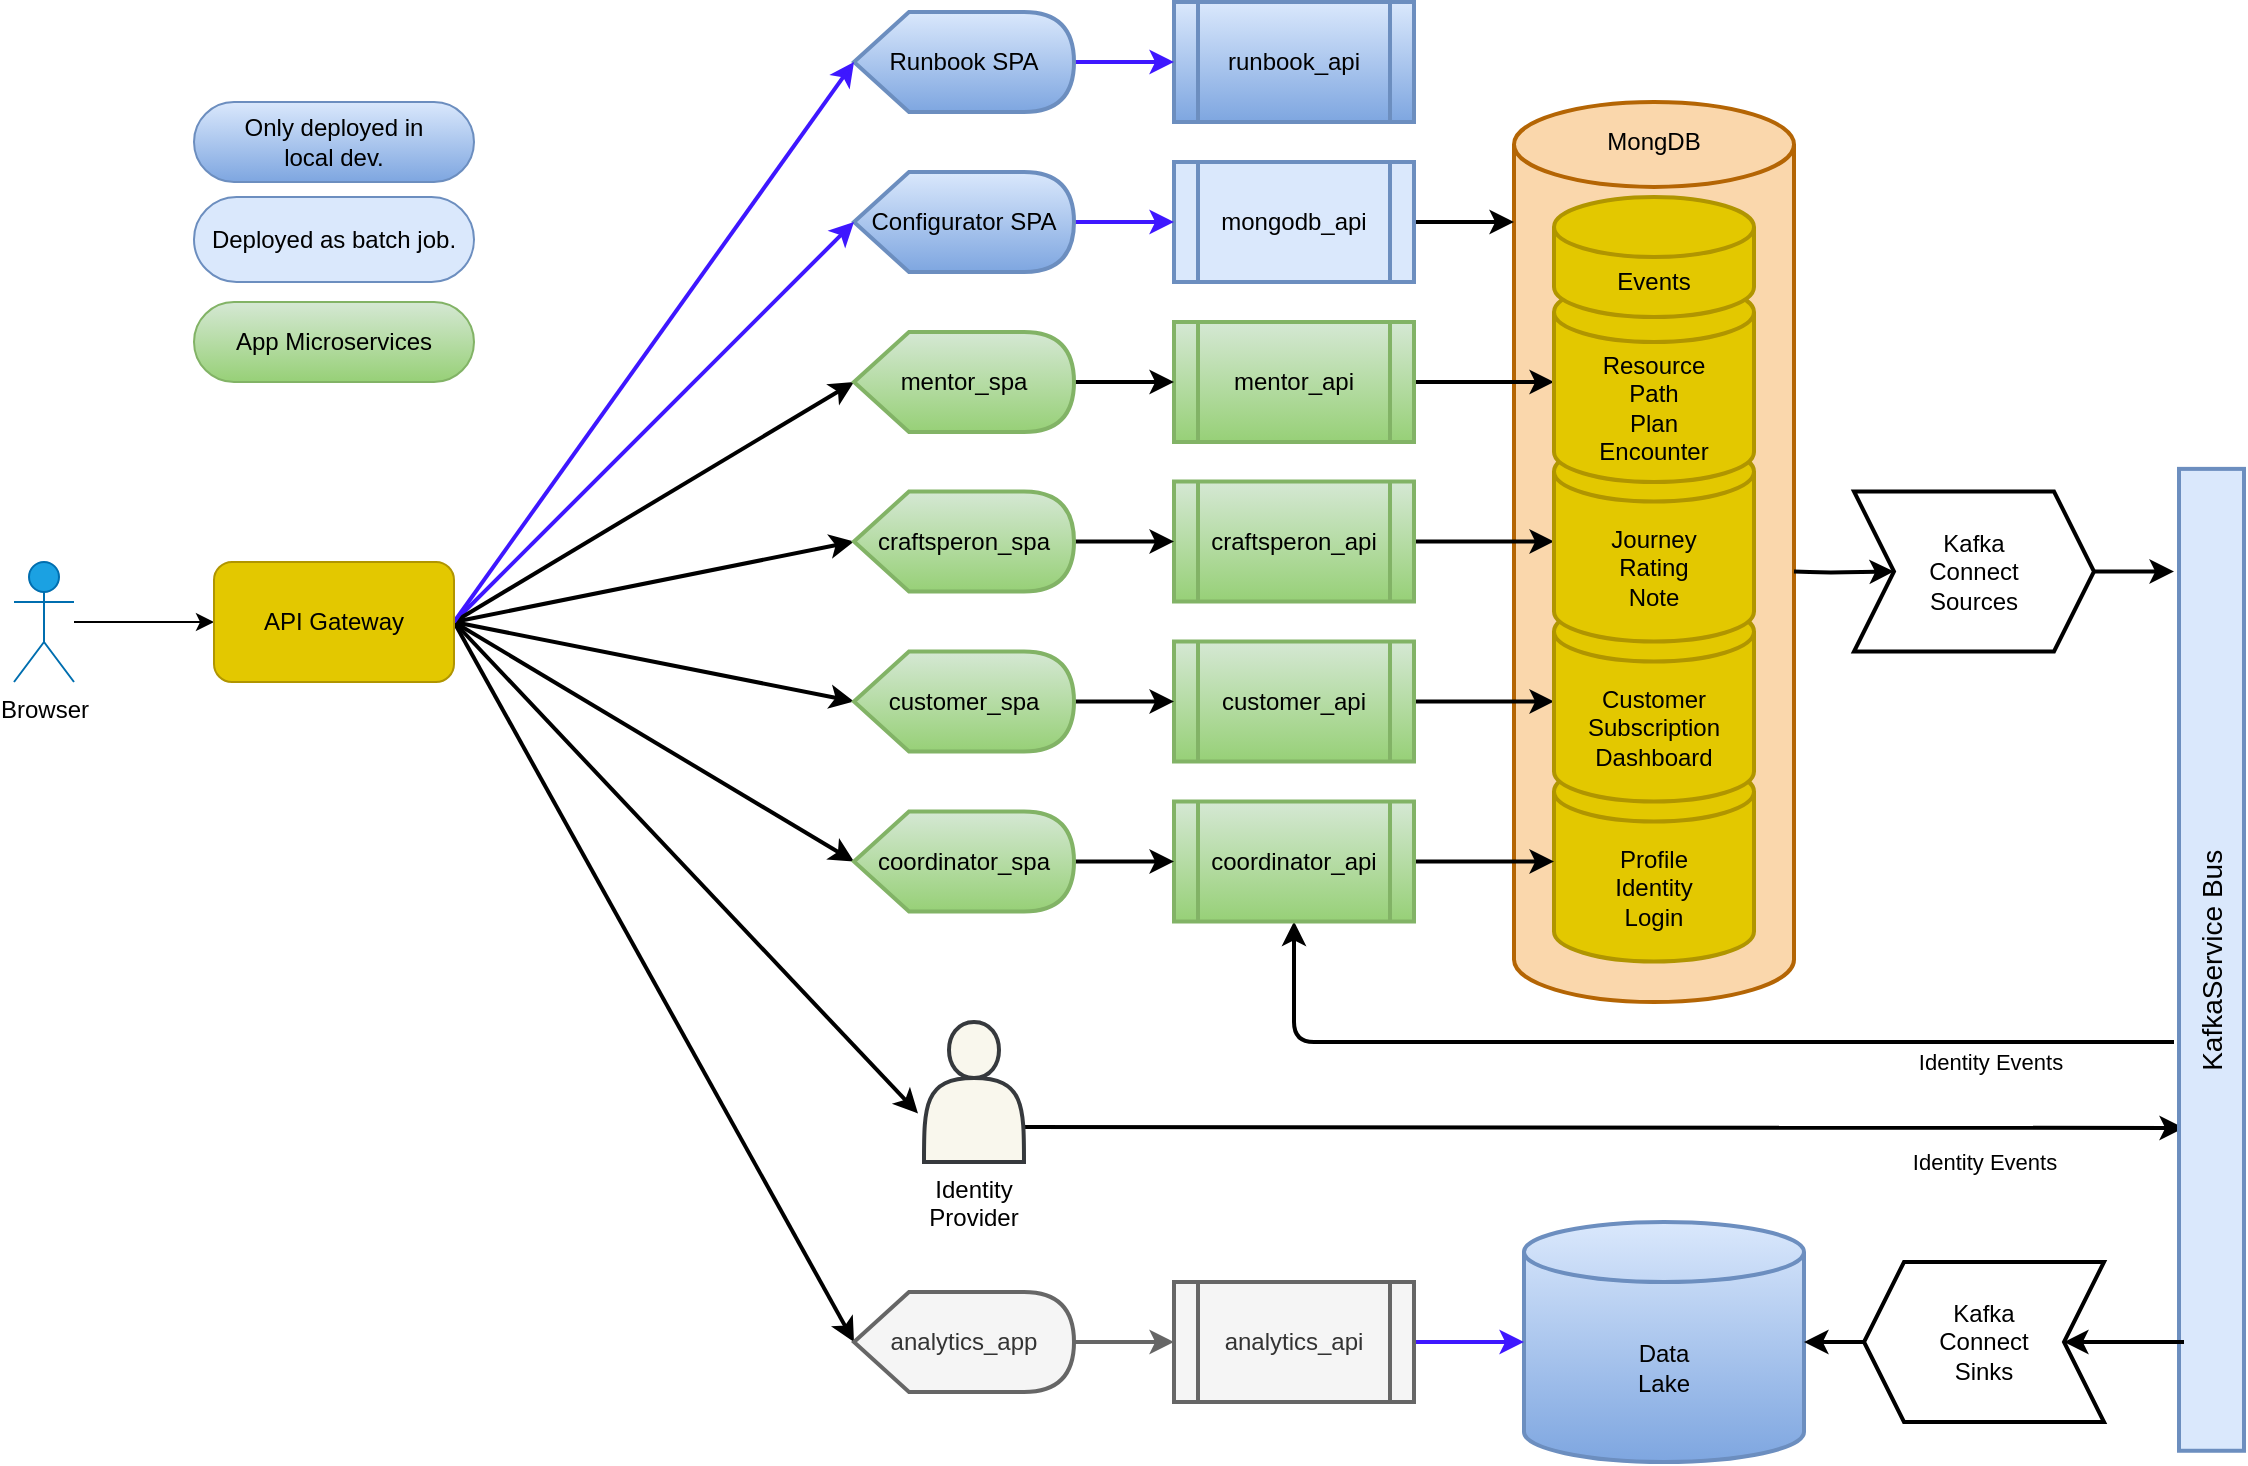
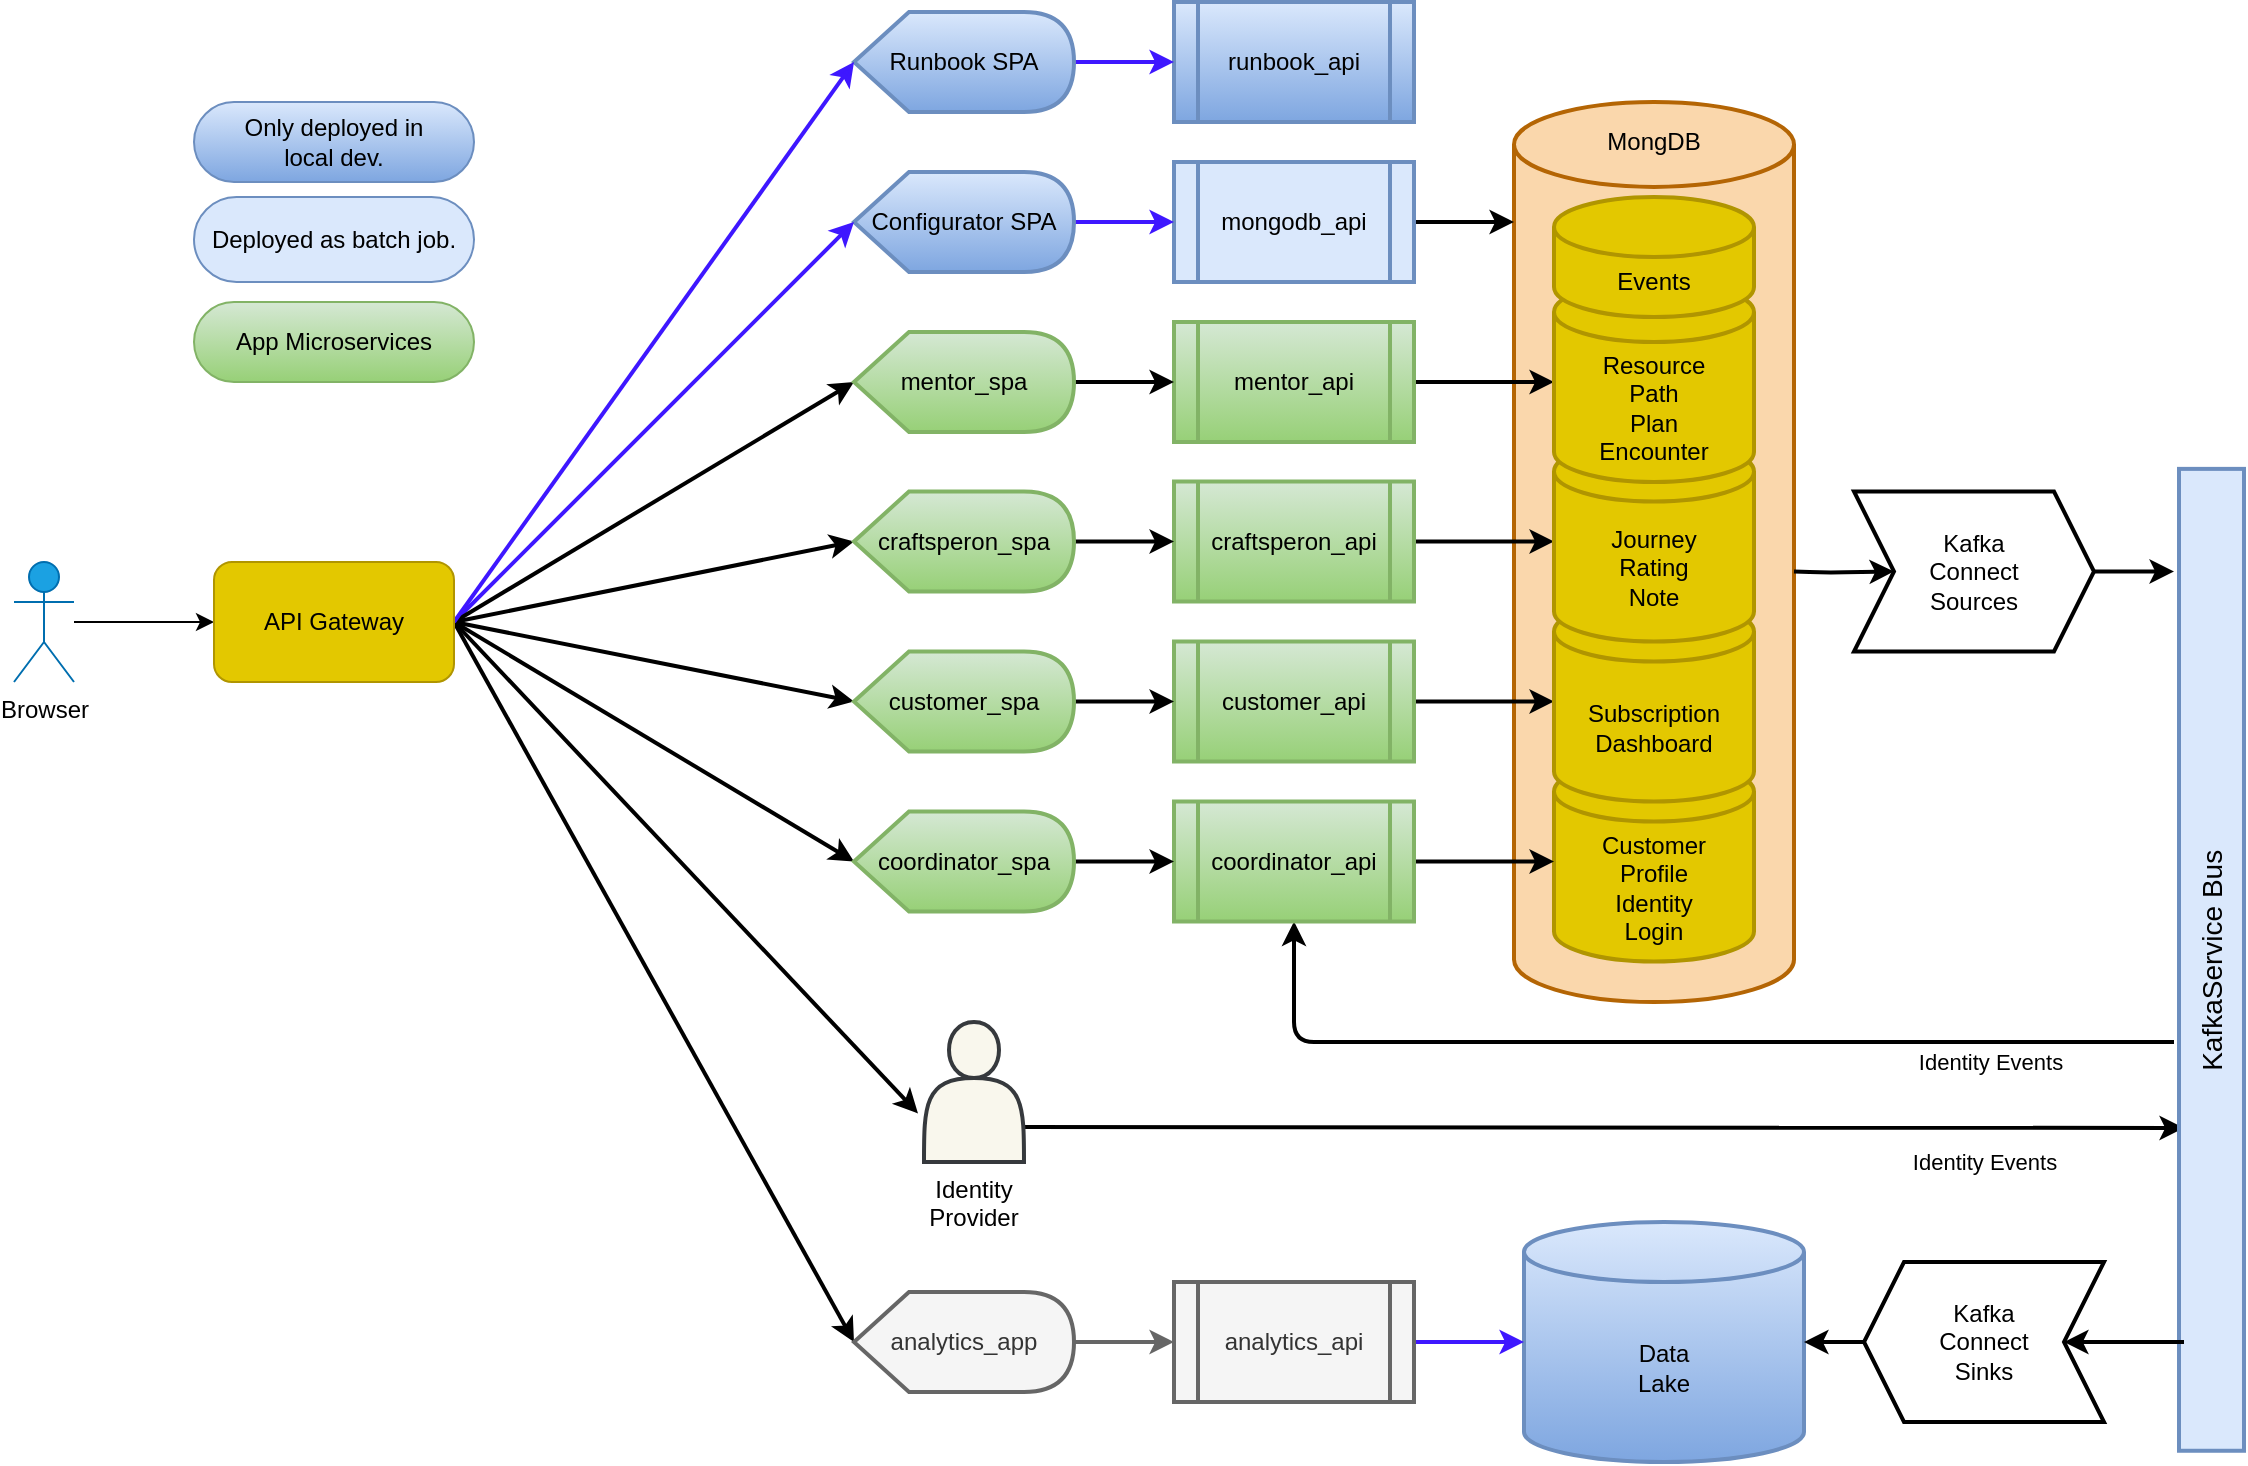
<mxfile host="65bd71144e">
    <diagram id="Im9zfJVUR9Wd93SpzTTU" name="Page-1">
-         <mxGraphModel dx="2975" dy="1036" grid="1" gridSize="10" guides="1" tooltips="1" connect="1" arrows="1" fold="1" page="1" pageScale="1" pageWidth="850" pageHeight="1100" background="#ffffff" math="0" shadow="0">
+         <mxGraphModel dx="1883" dy="570" grid="1" gridSize="10" guides="1" tooltips="1" connect="1" arrows="1" fold="1" page="1" pageScale="1" pageWidth="850" pageHeight="1100" background="#ffffff" math="0" shadow="0">
            <root>
                <mxCell id="0"/>
                <mxCell id="1" parent="0"/>
                <mxCell id="2" value="" style="shape=cylinder3;whiteSpace=wrap;html=1;boundedLbl=1;backgroundOutline=1;size=21.220619201660156;strokeColor=#b46504;strokeWidth=2;fillColor=#fad7ac;" parent="1" vertex="1">
                    <mxGeometry x="-30" y="90" width="140" height="450" as="geometry"/>
                </mxCell>
-                 <mxCell id="40" value="Profile&lt;br&gt;Identity&lt;br&gt;Login" style="shape=cylinder3;whiteSpace=wrap;html=1;boundedLbl=1;backgroundOutline=1;size=15;strokeColor=#B09500;strokeWidth=2;fillColor=#e3c800;fontColor=#000000;" parent="1" vertex="1">
+                 <mxCell id="40" value="Customer &lt;br&gt;Profile&lt;br&gt;Identity&lt;br&gt;Login" style="shape=cylinder3;whiteSpace=wrap;html=1;boundedLbl=1;backgroundOutline=1;size=15;strokeColor=#B09500;strokeWidth=2;fillColor=#e3c800;fontColor=#000000;" parent="1" vertex="1">
                    <mxGeometry x="-10" y="419.75" width="100" height="100" as="geometry"/>
                </mxCell>
                <mxCell id="24" style="edgeStyle=none;html=1;exitX=1;exitY=0.5;exitDx=0;exitDy=0;strokeColor=#000000;strokeWidth=2;" parent="1" source="3" edge="1">
                    <mxGeometry relative="1" as="geometry">
                        <mxPoint x="-30" y="150" as="targetPoint"/>
                    </mxGeometry>
                </mxCell>
                <mxCell id="3" value="mongodb_api" style="shape=process;whiteSpace=wrap;html=1;backgroundOutline=1;strokeColor=#6c8ebf;strokeWidth=2;fillColor=#dae8fc;fontColor=#000000;" parent="1" vertex="1">
                    <mxGeometry x="-200" y="120" width="120" height="60" as="geometry"/>
                </mxCell>
                <mxCell id="23" style="edgeStyle=none;html=1;exitX=1;exitY=0.5;exitDx=0;exitDy=0;exitPerimeter=0;entryX=0;entryY=0.5;entryDx=0;entryDy=0;strokeWidth=2;strokeColor=#3E17FF;fillColor=#f5f5f5;" parent="1" source="5" target="3" edge="1">
                    <mxGeometry relative="1" as="geometry"/>
                </mxCell>
                <mxCell id="5" value="Configurator SPA" style="shape=display;whiteSpace=wrap;html=1;strokeWidth=2;strokeColor=#6c8ebf;fillColor=#dae8fc;gradientColor=#7ea6e0;fontColor=#000000;" parent="1" vertex="1">
                    <mxGeometry x="-360" y="125" width="110" height="50" as="geometry"/>
                </mxCell>
                <mxCell id="22" style="edgeStyle=none;html=1;exitX=1;exitY=0.5;exitDx=0;exitDy=0;entryX=0;entryY=0.5;entryDx=0;entryDy=0;entryPerimeter=0;strokeWidth=2;strokeColor=#3E17FF;" parent="1" source="71" target="5" edge="1">
                    <mxGeometry relative="1" as="geometry">
                        <mxPoint x="-610" y="430" as="sourcePoint"/>
                    </mxGeometry>
                </mxCell>
                <mxCell id="26" style="edgeStyle=none;html=1;entryX=0;entryY=0.5;entryDx=0;entryDy=0;entryPerimeter=0;strokeColor=#000000;strokeWidth=2;exitX=1;exitY=0.5;exitDx=0;exitDy=0;" parent="1" source="71" target="13" edge="1">
                    <mxGeometry relative="1" as="geometry">
                        <mxPoint x="-590" y="430" as="sourcePoint"/>
                    </mxGeometry>
                </mxCell>
                <mxCell id="27" style="edgeStyle=none;html=1;exitX=1;exitY=0.5;exitDx=0;exitDy=0;entryX=0;entryY=0.5;entryDx=0;entryDy=0;entryPerimeter=0;strokeColor=#000000;strokeWidth=2;" parent="1" source="71" target="15" edge="1">
                    <mxGeometry relative="1" as="geometry">
                        <mxPoint x="-610" y="430" as="sourcePoint"/>
                    </mxGeometry>
                </mxCell>
                <mxCell id="28" style="edgeStyle=none;html=1;entryX=0;entryY=0.5;entryDx=0;entryDy=0;entryPerimeter=0;strokeColor=#000000;strokeWidth=2;exitX=1;exitY=0.5;exitDx=0;exitDy=0;" parent="1" source="71" target="17" edge="1">
                    <mxGeometry relative="1" as="geometry">
                        <mxPoint x="-610" y="430" as="sourcePoint"/>
                    </mxGeometry>
                </mxCell>
                <mxCell id="48" style="edgeStyle=none;html=1;exitX=1;exitY=0.5;exitDx=0;exitDy=0;entryX=0;entryY=0.5;entryDx=0;entryDy=0;entryPerimeter=0;strokeColor=#000000;strokeWidth=2;" parent="1" source="71" target="38" edge="1">
                    <mxGeometry relative="1" as="geometry">
                        <mxPoint x="-610" y="430" as="sourcePoint"/>
                    </mxGeometry>
                </mxCell>
                <mxCell id="49" style="edgeStyle=none;html=1;exitX=1;exitY=0.5;exitDx=0;exitDy=0;entryX=-0.06;entryY=0.653;entryDx=0;entryDy=0;entryPerimeter=0;strokeColor=#000000;strokeWidth=2;" parent="1" source="71" target="7" edge="1">
                    <mxGeometry relative="1" as="geometry">
                        <mxPoint x="-610" y="430" as="sourcePoint"/>
                    </mxGeometry>
                </mxCell>
                <mxCell id="60" style="edgeStyle=none;html=1;exitX=1;exitY=0.5;exitDx=0;exitDy=0;entryX=0;entryY=0.5;entryDx=0;entryDy=0;entryPerimeter=0;labelBackgroundColor=none;strokeWidth=2;fontSize=14;fontColor=#000000;strokeColor=#000000;" parent="1" source="71" target="58" edge="1">
                    <mxGeometry relative="1" as="geometry">
                        <mxPoint x="-610" y="430" as="sourcePoint"/>
                    </mxGeometry>
                </mxCell>
                <mxCell id="47" value="Identity Events" style="html=1;exitX=1;exitY=0.75;exitDx=0;exitDy=0;strokeColor=#000000;strokeWidth=2;labelBackgroundColor=none;fontColor=#000000;" parent="1" source="7" edge="1">
                    <mxGeometry x="0.6552" y="-17" relative="1" as="geometry">
                        <mxPoint x="305" y="603" as="targetPoint"/>
                        <mxPoint as="offset"/>
                    </mxGeometry>
                </mxCell>
                <mxCell id="7" value="Identity&lt;br&gt;Provider" style="shape=actor;whiteSpace=wrap;html=1;labelPosition=center;verticalLabelPosition=bottom;align=center;verticalAlign=top;strokeColor=#36393d;strokeWidth=2;fillColor=#f9f7ed;fontColor=#000000;" parent="1" vertex="1">
                    <mxGeometry x="-325" y="550" width="50" height="70" as="geometry"/>
                </mxCell>
                <mxCell id="8" value="KafkaService Bus" style="rounded=0;whiteSpace=wrap;html=1;rotation=-90;strokeColor=#6c8ebf;strokeWidth=2;fillColor=#dae8fc;fontColor=#000000;fontSize=14;" parent="1" vertex="1">
                    <mxGeometry x="73.28" y="502.65999999999997" width="490.94" height="32.5" as="geometry"/>
                </mxCell>
                <mxCell id="44" style="edgeStyle=orthogonalEdgeStyle;html=1;exitX=0;exitY=0.5;exitDx=0;exitDy=0;entryX=0;entryY=0.5;entryDx=0;entryDy=0;strokeColor=#000000;strokeWidth=2;" parent="1" target="9" edge="1">
                    <mxGeometry relative="1" as="geometry">
                        <mxPoint x="110" y="324.75" as="sourcePoint"/>
                    </mxGeometry>
                </mxCell>
                <mxCell id="45" style="html=1;exitX=1;exitY=0.5;exitDx=0;exitDy=0;strokeColor=#000000;strokeWidth=2;" parent="1" source="9" edge="1">
                    <mxGeometry relative="1" as="geometry">
                        <mxPoint x="300" y="324.75" as="targetPoint"/>
                    </mxGeometry>
                </mxCell>
                <mxCell id="9" value="Kafka&lt;br&gt;Connect&lt;br&gt;Sources" style="shape=step;perimeter=stepPerimeter;whiteSpace=wrap;html=1;fixedSize=1;strokeColor=#000000;strokeWidth=2;" parent="1" vertex="1">
                    <mxGeometry x="140" y="284.75" width="120" height="80" as="geometry"/>
                </mxCell>
                <mxCell id="25" style="edgeStyle=none;html=1;exitX=1;exitY=0.5;exitDx=0;exitDy=0;entryX=0;entryY=0.5;entryDx=0;entryDy=0;entryPerimeter=0;strokeColor=#000000;strokeWidth=2;" parent="1" source="12" target="18" edge="1">
                    <mxGeometry relative="1" as="geometry"/>
                </mxCell>
                <mxCell id="12" value="craftsperon_api" style="shape=process;whiteSpace=wrap;html=1;backgroundOutline=1;strokeColor=#82b366;strokeWidth=2;fillColor=#d5e8d4;gradientColor=#97d077;fontColor=#000000;" parent="1" vertex="1">
                    <mxGeometry x="-200" y="279.75" width="120" height="60" as="geometry"/>
                </mxCell>
                <mxCell id="29" style="edgeStyle=none;html=1;exitX=1;exitY=0.5;exitDx=0;exitDy=0;exitPerimeter=0;entryX=0;entryY=0.5;entryDx=0;entryDy=0;strokeColor=#000000;strokeWidth=2;fillColor=#f5f5f5;" parent="1" source="13" target="12" edge="1">
                    <mxGeometry relative="1" as="geometry"/>
                </mxCell>
                <mxCell id="13" value="craftsperon_spa" style="shape=display;whiteSpace=wrap;html=1;strokeColor=#82b366;strokeWidth=2;fillColor=#d5e8d4;gradientColor=#97d077;fontColor=#000000;" parent="1" vertex="1">
                    <mxGeometry x="-360" y="284.75" width="110" height="50" as="geometry"/>
                </mxCell>
                <mxCell id="32" style="edgeStyle=none;html=1;exitX=1;exitY=0.5;exitDx=0;exitDy=0;entryX=0;entryY=0.5;entryDx=0;entryDy=0;entryPerimeter=0;strokeColor=#000000;strokeWidth=2;" parent="1" source="14" target="39" edge="1">
                    <mxGeometry relative="1" as="geometry">
                        <mxPoint x="10" y="389.75" as="targetPoint"/>
                    </mxGeometry>
                </mxCell>
                <mxCell id="14" value="customer_api" style="shape=process;whiteSpace=wrap;html=1;backgroundOutline=1;strokeColor=#82b366;strokeWidth=2;fillColor=#d5e8d4;gradientColor=#97d077;fontColor=#000000;" parent="1" vertex="1">
                    <mxGeometry x="-200" y="359.75" width="120" height="60" as="geometry"/>
                </mxCell>
                <mxCell id="30" style="edgeStyle=none;html=1;exitX=1;exitY=0.5;exitDx=0;exitDy=0;exitPerimeter=0;entryX=0;entryY=0.5;entryDx=0;entryDy=0;strokeColor=#000000;strokeWidth=2;fillColor=#f5f5f5;" parent="1" source="15" target="14" edge="1">
                    <mxGeometry relative="1" as="geometry"/>
                </mxCell>
                <mxCell id="15" value="customer_spa" style="shape=display;whiteSpace=wrap;html=1;strokeColor=#82b366;strokeWidth=2;fillColor=#d5e8d4;gradientColor=#97d077;fontColor=#000000;" parent="1" vertex="1">
                    <mxGeometry x="-360" y="364.75" width="110" height="50" as="geometry"/>
                </mxCell>
                <mxCell id="33" style="edgeStyle=none;html=1;exitX=1;exitY=0.5;exitDx=0;exitDy=0;entryX=0;entryY=0.5;entryDx=0;entryDy=0;entryPerimeter=0;strokeColor=#000000;strokeWidth=2;" parent="1" source="16" target="41" edge="1">
                    <mxGeometry relative="1" as="geometry">
                        <mxPoint x="-40" y="250" as="targetPoint"/>
                    </mxGeometry>
                </mxCell>
                <mxCell id="16" value="mentor_api" style="shape=process;whiteSpace=wrap;html=1;backgroundOutline=1;strokeColor=#82b366;strokeWidth=2;fillColor=#d5e8d4;gradientColor=#97d077;fontColor=#000000;" parent="1" vertex="1">
                    <mxGeometry x="-200" y="200" width="120" height="60" as="geometry"/>
                </mxCell>
                <mxCell id="31" style="edgeStyle=none;html=1;exitX=1;exitY=0.5;exitDx=0;exitDy=0;exitPerimeter=0;entryX=0;entryY=0.5;entryDx=0;entryDy=0;strokeColor=#000000;strokeWidth=2;fillColor=#f5f5f5;" parent="1" source="17" target="16" edge="1">
                    <mxGeometry relative="1" as="geometry"/>
                </mxCell>
                <mxCell id="17" value="mentor_spa" style="shape=display;whiteSpace=wrap;html=1;strokeColor=#82b366;strokeWidth=2;fillColor=#d5e8d4;gradientColor=#97d077;fontColor=#000000;" parent="1" vertex="1">
                    <mxGeometry x="-360" y="205" width="110" height="50" as="geometry"/>
                </mxCell>
                <mxCell id="20" value="MongDB" style="text;html=1;align=center;verticalAlign=middle;whiteSpace=wrap;rounded=0;strokeColor=none;strokeWidth=2;fontColor=#000000;" parent="1" vertex="1">
                    <mxGeometry x="10" y="95" width="60" height="30" as="geometry"/>
                </mxCell>
                <mxCell id="35" style="edgeStyle=none;html=1;exitX=1;exitY=0.5;exitDx=0;exitDy=0;entryX=0;entryY=0.5;entryDx=0;entryDy=0;entryPerimeter=0;strokeColor=#000000;strokeWidth=2;" parent="1" source="36" target="40" edge="1">
                    <mxGeometry relative="1" as="geometry">
                        <mxPoint x="-40" y="499.75" as="targetPoint"/>
                    </mxGeometry>
                </mxCell>
                <mxCell id="46" value="Identity Events" style="edgeStyle=orthogonalEdgeStyle;html=1;entryX=0.5;entryY=1;entryDx=0;entryDy=0;strokeColor=#000000;strokeWidth=2;labelBackgroundColor=none;fontColor=#000000;" parent="1" target="36" edge="1">
                    <mxGeometry x="-0.6296" y="10" relative="1" as="geometry">
                        <mxPoint x="300" y="560" as="sourcePoint"/>
                        <Array as="points">
                            <mxPoint x="-140" y="560"/>
                        </Array>
                        <mxPoint as="offset"/>
                    </mxGeometry>
                </mxCell>
                <mxCell id="36" value="coordinator_api" style="shape=process;whiteSpace=wrap;html=1;backgroundOutline=1;strokeColor=#82b366;strokeWidth=2;fillColor=#d5e8d4;gradientColor=#97d077;fontColor=#000000;" parent="1" vertex="1">
                    <mxGeometry x="-200" y="439.75" width="120" height="60" as="geometry"/>
                </mxCell>
                <mxCell id="37" style="edgeStyle=none;html=1;exitX=1;exitY=0.5;exitDx=0;exitDy=0;exitPerimeter=0;entryX=0;entryY=0.5;entryDx=0;entryDy=0;strokeColor=#000000;strokeWidth=2;fillColor=#f5f5f5;" parent="1" source="38" target="36" edge="1">
                    <mxGeometry relative="1" as="geometry"/>
                </mxCell>
                <mxCell id="38" value="coordinator_spa" style="shape=display;whiteSpace=wrap;html=1;strokeColor=#82b366;strokeWidth=2;fillColor=#d5e8d4;gradientColor=#97d077;fontColor=#000000;" parent="1" vertex="1">
                    <mxGeometry x="-360" y="444.75" width="110" height="50" as="geometry"/>
                </mxCell>
-                 <mxCell id="39" value="Customer&lt;br&gt;Subscription&lt;br&gt;Dashboard" style="shape=cylinder3;whiteSpace=wrap;html=1;boundedLbl=1;backgroundOutline=1;size=15;strokeColor=#B09500;strokeWidth=2;fillColor=#e3c800;fontColor=#000000;" parent="1" vertex="1">
+                 <mxCell id="39" value="Subscription&lt;br&gt;Dashboard" style="shape=cylinder3;whiteSpace=wrap;html=1;boundedLbl=1;backgroundOutline=1;size=15;strokeColor=#B09500;strokeWidth=2;fillColor=#e3c800;fontColor=#000000;" parent="1" vertex="1">
                    <mxGeometry x="-10" y="339.75" width="100" height="100" as="geometry"/>
                </mxCell>
                <mxCell id="18" value="Journey&lt;br&gt;Rating&lt;br&gt;Note" style="shape=cylinder3;whiteSpace=wrap;html=1;boundedLbl=1;backgroundOutline=1;size=15;strokeColor=#B09500;strokeWidth=2;fillColor=#e3c800;fontColor=#000000;" parent="1" vertex="1">
                    <mxGeometry x="-10" y="259.75" width="100" height="100" as="geometry"/>
                </mxCell>
                <mxCell id="41" value="Resource&lt;br&gt;Path&lt;br&gt;Plan&lt;br&gt;Encounter" style="shape=cylinder3;whiteSpace=wrap;html=1;boundedLbl=1;backgroundOutline=1;size=15;strokeColor=#B09500;strokeWidth=2;fillColor=#e3c800;fontColor=#000000;" parent="1" vertex="1">
                    <mxGeometry x="-10" y="180" width="100" height="100" as="geometry"/>
                </mxCell>
                <mxCell id="50" value="Data &lt;br&gt;Lake" style="shape=cylinder3;whiteSpace=wrap;html=1;boundedLbl=1;backgroundOutline=1;size=15;strokeColor=#6c8ebf;strokeWidth=2;fillColor=#dae8fc;gradientColor=#7ea6e0;fontColor=#000000;" parent="1" vertex="1">
                    <mxGeometry x="-25" y="650" width="140" height="120" as="geometry"/>
                </mxCell>
                <mxCell id="54" style="edgeStyle=none;html=1;exitX=0;exitY=0.5;exitDx=0;exitDy=0;entryX=1;entryY=0.5;entryDx=0;entryDy=0;entryPerimeter=0;strokeColor=#000000;strokeWidth=2;" parent="1" source="51" target="50" edge="1">
                    <mxGeometry relative="1" as="geometry"/>
                </mxCell>
                <mxCell id="55" style="edgeStyle=none;html=1;exitX=1;exitY=0.5;exitDx=0;exitDy=0;entryX=1;entryY=0.5;entryDx=0;entryDy=0;strokeColor=#000000;strokeWidth=2;" parent="1" target="51" edge="1">
                    <mxGeometry relative="1" as="geometry">
                        <mxPoint x="305" y="710" as="sourcePoint"/>
                    </mxGeometry>
                </mxCell>
                <mxCell id="51" value="Kafka&lt;br&gt;Connect&lt;br&gt;Sinks" style="shape=step;perimeter=stepPerimeter;whiteSpace=wrap;html=1;fixedSize=1;flipH=1;strokeColor=#000000;strokeWidth=2;" parent="1" vertex="1">
                    <mxGeometry x="145" y="670" width="120" height="80" as="geometry"/>
                </mxCell>
                <mxCell id="59" style="edgeStyle=none;html=1;exitX=1;exitY=0.5;exitDx=0;exitDy=0;entryX=0;entryY=0.5;entryDx=0;entryDy=0;entryPerimeter=0;labelBackgroundColor=none;strokeColor=#3E17FF;strokeWidth=2;fontSize=14;fontColor=#000000;" parent="1" source="56" target="50" edge="1">
                    <mxGeometry relative="1" as="geometry"/>
                </mxCell>
                <mxCell id="56" value="analytics_api" style="shape=process;whiteSpace=wrap;html=1;backgroundOutline=1;strokeColor=#666666;strokeWidth=2;fillColor=#f5f5f5;fontColor=#333333;" parent="1" vertex="1">
                    <mxGeometry x="-200" y="680" width="120" height="60" as="geometry"/>
                </mxCell>
                <mxCell id="57" style="edgeStyle=none;html=1;exitX=1;exitY=0.5;exitDx=0;exitDy=0;exitPerimeter=0;entryX=0;entryY=0.5;entryDx=0;entryDy=0;strokeColor=#666666;strokeWidth=2;fillColor=#f5f5f5;" parent="1" source="58" target="56" edge="1">
                    <mxGeometry relative="1" as="geometry"/>
                </mxCell>
                <mxCell id="58" value="analytics_app" style="shape=display;whiteSpace=wrap;html=1;strokeColor=#666666;strokeWidth=2;fillColor=#f5f5f5;fontColor=#333333;" parent="1" vertex="1">
                    <mxGeometry x="-360" y="685" width="110" height="50" as="geometry"/>
                </mxCell>
                <mxCell id="61" value="runbook_api" style="shape=process;whiteSpace=wrap;html=1;backgroundOutline=1;strokeColor=#6c8ebf;strokeWidth=2;fillColor=#dae8fc;gradientColor=#7ea6e0;fontColor=#000000;" parent="1" vertex="1">
                    <mxGeometry x="-200" y="40" width="120" height="60" as="geometry"/>
                </mxCell>
                <mxCell id="62" style="edgeStyle=none;html=1;exitX=1;exitY=0.5;exitDx=0;exitDy=0;exitPerimeter=0;entryX=0;entryY=0.5;entryDx=0;entryDy=0;strokeWidth=2;strokeColor=#3E17FF;fillColor=#f5f5f5;" parent="1" source="63" target="61" edge="1">
                    <mxGeometry relative="1" as="geometry"/>
                </mxCell>
                <mxCell id="63" value="Runbook SPA" style="shape=display;whiteSpace=wrap;html=1;strokeWidth=2;strokeColor=#6c8ebf;fillColor=#dae8fc;gradientColor=#7ea6e0;fontColor=#000000;" parent="1" vertex="1">
                    <mxGeometry x="-360" y="45" width="110" height="50" as="geometry"/>
                </mxCell>
                <mxCell id="65" style="edgeStyle=none;html=1;strokeWidth=2;strokeColor=#3E17FF;entryX=0;entryY=0.5;entryDx=0;entryDy=0;entryPerimeter=0;exitX=1;exitY=0.5;exitDx=0;exitDy=0;" parent="1" source="71" target="63" edge="1">
                    <mxGeometry relative="1" as="geometry">
                        <mxPoint x="-610" y="430" as="sourcePoint"/>
                        <mxPoint x="-420" y="120" as="targetPoint"/>
                    </mxGeometry>
                </mxCell>
                <mxCell id="68" value="Only deployed in &lt;br&gt;local dev." style="rounded=1;whiteSpace=wrap;html=1;fillColor=#dae8fc;gradientColor=#7ea6e0;strokeColor=#6c8ebf;fontColor=#000000;arcSize=50;" parent="1" vertex="1">
                    <mxGeometry x="-690" y="90" width="140" height="40" as="geometry"/>
                </mxCell>
                <mxCell id="69" value="Deployed as batch job." style="rounded=1;whiteSpace=wrap;html=1;fillColor=#dae8fc;strokeColor=#6c8ebf;fontColor=#000000;arcSize=50;" parent="1" vertex="1">
                    <mxGeometry x="-690" y="137.5" width="140" height="42.5" as="geometry"/>
                </mxCell>
                <mxCell id="70" value="App Microservices" style="rounded=1;whiteSpace=wrap;html=1;fillColor=#d5e8d4;strokeColor=#82b366;arcSize=50;gradientColor=#97d077;fontColor=#000000;" parent="1" vertex="1">
                    <mxGeometry x="-690" y="190" width="140" height="40" as="geometry"/>
                </mxCell>
-                 <mxCell id="73" value="" style="edgeStyle=none;html=1;fontColor=#000000;strokeColor=#000000;startArrow=classic;startFill=1;endArrow=none;endFill=0;" edge="1" parent="1" source="71" target="72">
-                     <mxGeometry relative="1" as="geometry"/>
-                 </mxCell>
-                 <mxCell id="71" value="API Gateway" style="rounded=1;whiteSpace=wrap;html=1;fillColor=#e3c800;fontColor=#000000;strokeColor=#B09500;" vertex="1" parent="1">
+                 <mxCell id="73" value="" style="edgeStyle=none;html=1;fontColor=#000000;strokeColor=#000000;startArrow=classic;startFill=1;endArrow=none;endFill=0;" parent="1" source="71" target="72" edge="1">
+                     <mxGeometry relative="1" as="geometry"/>
+                 </mxCell>
+                 <mxCell id="71" value="API Gateway" style="rounded=1;whiteSpace=wrap;html=1;fillColor=#e3c800;fontColor=#000000;strokeColor=#B09500;" parent="1" vertex="1">
                    <mxGeometry x="-680" y="320" width="120" height="60" as="geometry"/>
                </mxCell>
-                 <mxCell id="72" value="Browser" style="shape=umlActor;verticalLabelPosition=bottom;verticalAlign=top;html=1;outlineConnect=0;fillColor=#1ba1e2;fontColor=#000000;strokeColor=#006EAF;" vertex="1" parent="1">
+                 <mxCell id="72" value="Browser" style="shape=umlActor;verticalLabelPosition=bottom;verticalAlign=top;html=1;outlineConnect=0;fillColor=#1ba1e2;fontColor=#000000;strokeColor=#006EAF;" parent="1" vertex="1">
                    <mxGeometry x="-780" y="320" width="30" height="60" as="geometry"/>
                </mxCell>
-                 <mxCell id="74" value="Events" style="shape=cylinder3;whiteSpace=wrap;html=1;boundedLbl=1;backgroundOutline=1;size=15;strokeColor=#B09500;strokeWidth=2;fillColor=#e3c800;fontColor=#000000;" vertex="1" parent="1">
+                 <mxCell id="74" value="Events" style="shape=cylinder3;whiteSpace=wrap;html=1;boundedLbl=1;backgroundOutline=1;size=15;strokeColor=#B09500;strokeWidth=2;fillColor=#e3c800;fontColor=#000000;" parent="1" vertex="1">
                    <mxGeometry x="-10" y="137.5" width="100" height="60" as="geometry"/>
                </mxCell>
            </root>
        </mxGraphModel>
    </diagram>
</mxfile>